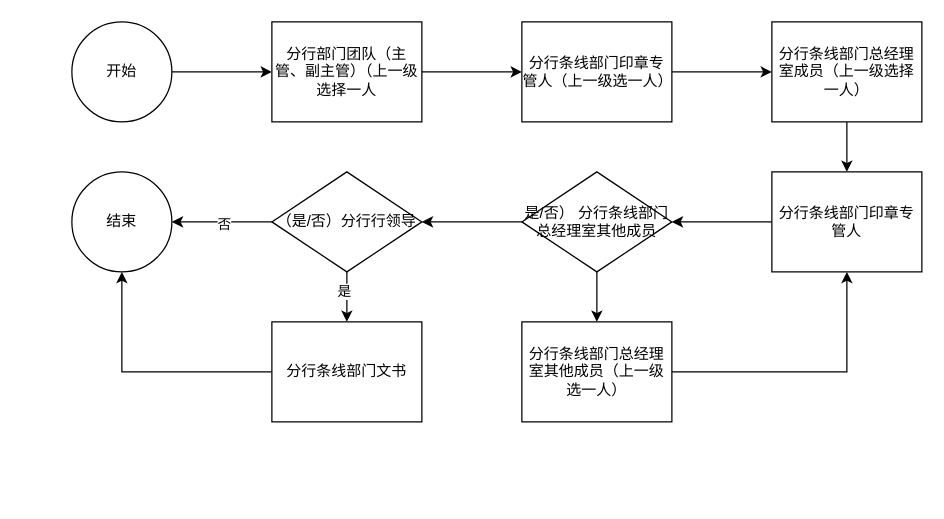
Before: 团队发起.drawio in ILdove/Hawk-Fast-Work, a draw.io diagram. Source tidied: cells renumbered, new cells numbered last; positions are measured from the earlier drawing's top-left corner, leaving out a move shared by most shapes. Both pictures are drawn from the tidied source at 125%, with x=0, y=0 at pixel (71, 21).
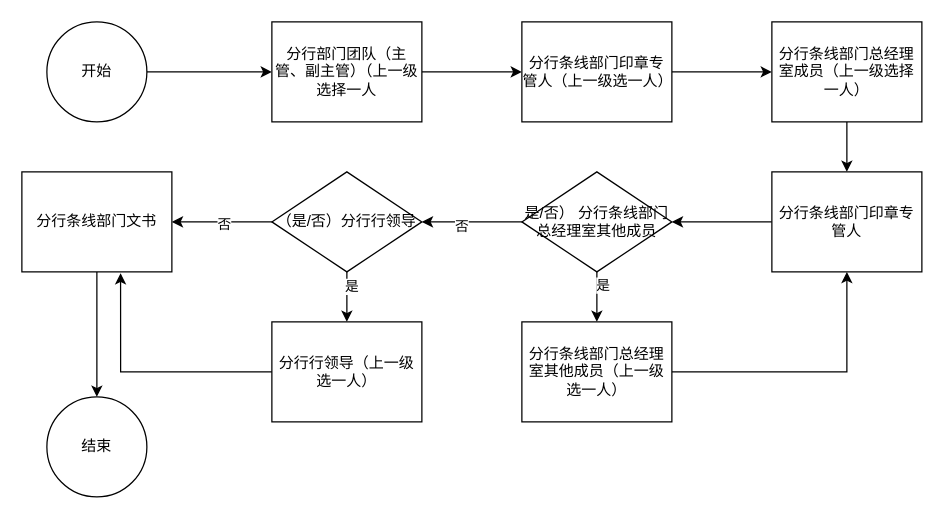
The same page after the edit.

Commit message:
更新团队发起.drawio

Unchanged cells that the change refers to:
```xml
<mxCell id="12" style="edgeStyle=orthogonalEdgeStyle;rounded=0;jettySize=auto;html=1;entryX=0.5;entryY=0;entryDx=0;entryDy=0;" parent="1" edge="1" source="14" target="16">
  <mxGeometry relative="1" as="geometry" />
</mxCell>
<mxCell id="13" style="edgeStyle=orthogonalEdgeStyle;rounded=0;jettySize=auto;html=1;entryX=1;entryY=0.5;entryDx=0;entryDy=0;" parent="1" edge="1" source="14" target="21">
  <mxGeometry relative="1" as="geometry" />
</mxCell>
<mxCell id="21" value="&lt;p class=&quot;MsoNormal&quot;&gt;&lt;font face=&quot;宋体&quot;&gt;（是&lt;/font&gt;&lt;font face=&quot;宋体&quot;&gt;/否）分行行领导&lt;/font&gt;&lt;/p&gt;" style="rhombus;whiteSpace=wrap;html=1;" parent="1" vertex="1">
  <mxGeometry x="160" y="120" width="120" height="80" as="geometry" />
</mxCell>
```

What changed in the source:
```diff
@@
     <mxCell id="3" value="开始" style="ellipse;whiteSpace=wrap;html=1;" parent="1" vertex="1">
-      <mxGeometry width="80" height="80" as="geometry" />
+      <mxGeometry x="-20" width="80" height="80" as="geometry" />
     </mxCell>
@@
+    <mxCell id="25" value="是" style="edgeLabel;html=1;align=center;verticalAlign=middle;" parent="12" vertex="1">
+      <mxGeometry x="-0.5" y="4" relative="1" as="geometry" />
+    </mxCell>
@@
+    <mxCell id="26" value="否" style="edgeLabel;html=1;align=center;verticalAlign=middle;" parent="13" vertex="1">
+      <mxGeometry x="0.23" y="3" relative="1" as="geometry" />
+    </mxCell>
@@
-    <mxCell id="17" style="edgeStyle=orthogonalEdgeStyle;rounded=0;jettySize=auto;html=1;entryX=0.5;entryY=0;entryDx=0;entryDy=0;" parent="1" edge="1" source="21" target="23">
-      <mxGeometry relative="1" as="geometry" />
-    </mxCell>
-    <mxCell id="18" value="是" style="edgeLabel;html=1;align=center;verticalAlign=middle;" parent="17" vertex="1">
-      <mxGeometry x="-0.25" y="-3" relative="1" as="geometry" />
-    </mxCell>
-    <mxCell id="19" style="edgeStyle=orthogonalEdgeStyle;rounded=0;jettySize=auto;html=1;entryX=1;entryY=0.5;entryDx=0;entryDy=0;" parent="1" edge="1" source="21" target="24">
-      <mxGeometry relative="1" as="geometry" />
+    <mxCell id="19" style="edgeStyle=orthogonalEdgeStyle;rounded=0;jettySize=auto;html=1;entryX=1;entryY=0.5;entryDx=0;entryDy=0;" parent="1" edge="1" source="21">
+      <mxGeometry relative="1" as="geometry">
+        <mxPoint x="80" y="160" as="targetPoint" />
+      </mxGeometry>
     </mxCell>
@@
+    <mxCell id="27" style="edgeStyle=orthogonalEdgeStyle;rounded=0;jettySize=auto;html=1;entryX=0.5;entryY=0;entryDx=0;entryDy=0;" parent="1" edge="1" source="21" target="29">
+      <mxGeometry relative="1" as="geometry" />
+    </mxCell>
+    <mxCell id="28" value="是" style="edgeLabel;html=1;align=center;verticalAlign=middle;" parent="27" vertex="1">
+      <mxGeometry x="-0.45" y="3" relative="1" as="geometry" />
+    </mxCell>
@@
-    <mxCell id="22" style="edgeStyle=orthogonalEdgeStyle;rounded=0;jettySize=auto;html=1;" parent="1" edge="1" source="23" target="24">
+    <mxCell id="22" style="edgeStyle=orthogonalEdgeStyle;rounded=0;jettySize=auto;html=1;entryX=0.5;entryY=0;entryDx=0;entryDy=0;" parent="1" edge="1" source="23" target="24">
       <mxGeometry relative="1" as="geometry" />
     </mxCell>
     <mxCell id="23" value="&lt;p class=&quot;MsoNormal&quot;&gt;分行条线部门文书&lt;/p&gt;" style="rounded=0;whiteSpace=wrap;html=1;" parent="1" vertex="1">
-      <mxGeometry x="160" y="240" width="120" height="80" as="geometry" />
+      <mxGeometry x="-40" y="120" width="120" height="80" as="geometry" />
     </mxCell>
+    <mxCell id="29" value="&lt;p class=&quot;MsoNormal&quot;&gt;分行行领导（上一级选一人）&lt;/p&gt;" style="rounded=0;whiteSpace=wrap;html=1;" parent="1" vertex="1">
+      <mxGeometry x="160" y="240" width="120" height="80" as="geometry" />
+    </mxCell>
+    <mxCell id="30" style="edgeStyle=orthogonalEdgeStyle;rounded=0;jettySize=auto;html=1;entryX=0.658;entryY=1.013;entryDx=0;entryDy=0;entryPerimeter=0;" parent="1" edge="1" source="29" target="23">
+      <mxGeometry relative="1" as="geometry" />
+    </mxCell>
     <mxCell id="24" value="结束" style="ellipse;whiteSpace=wrap;html=1;" parent="1" vertex="1">
-      <mxGeometry y="120" width="80" height="80" as="geometry" />
+      <mxGeometry x="-20" y="300" width="80" height="80" as="geometry" />
     </mxCell>
```
